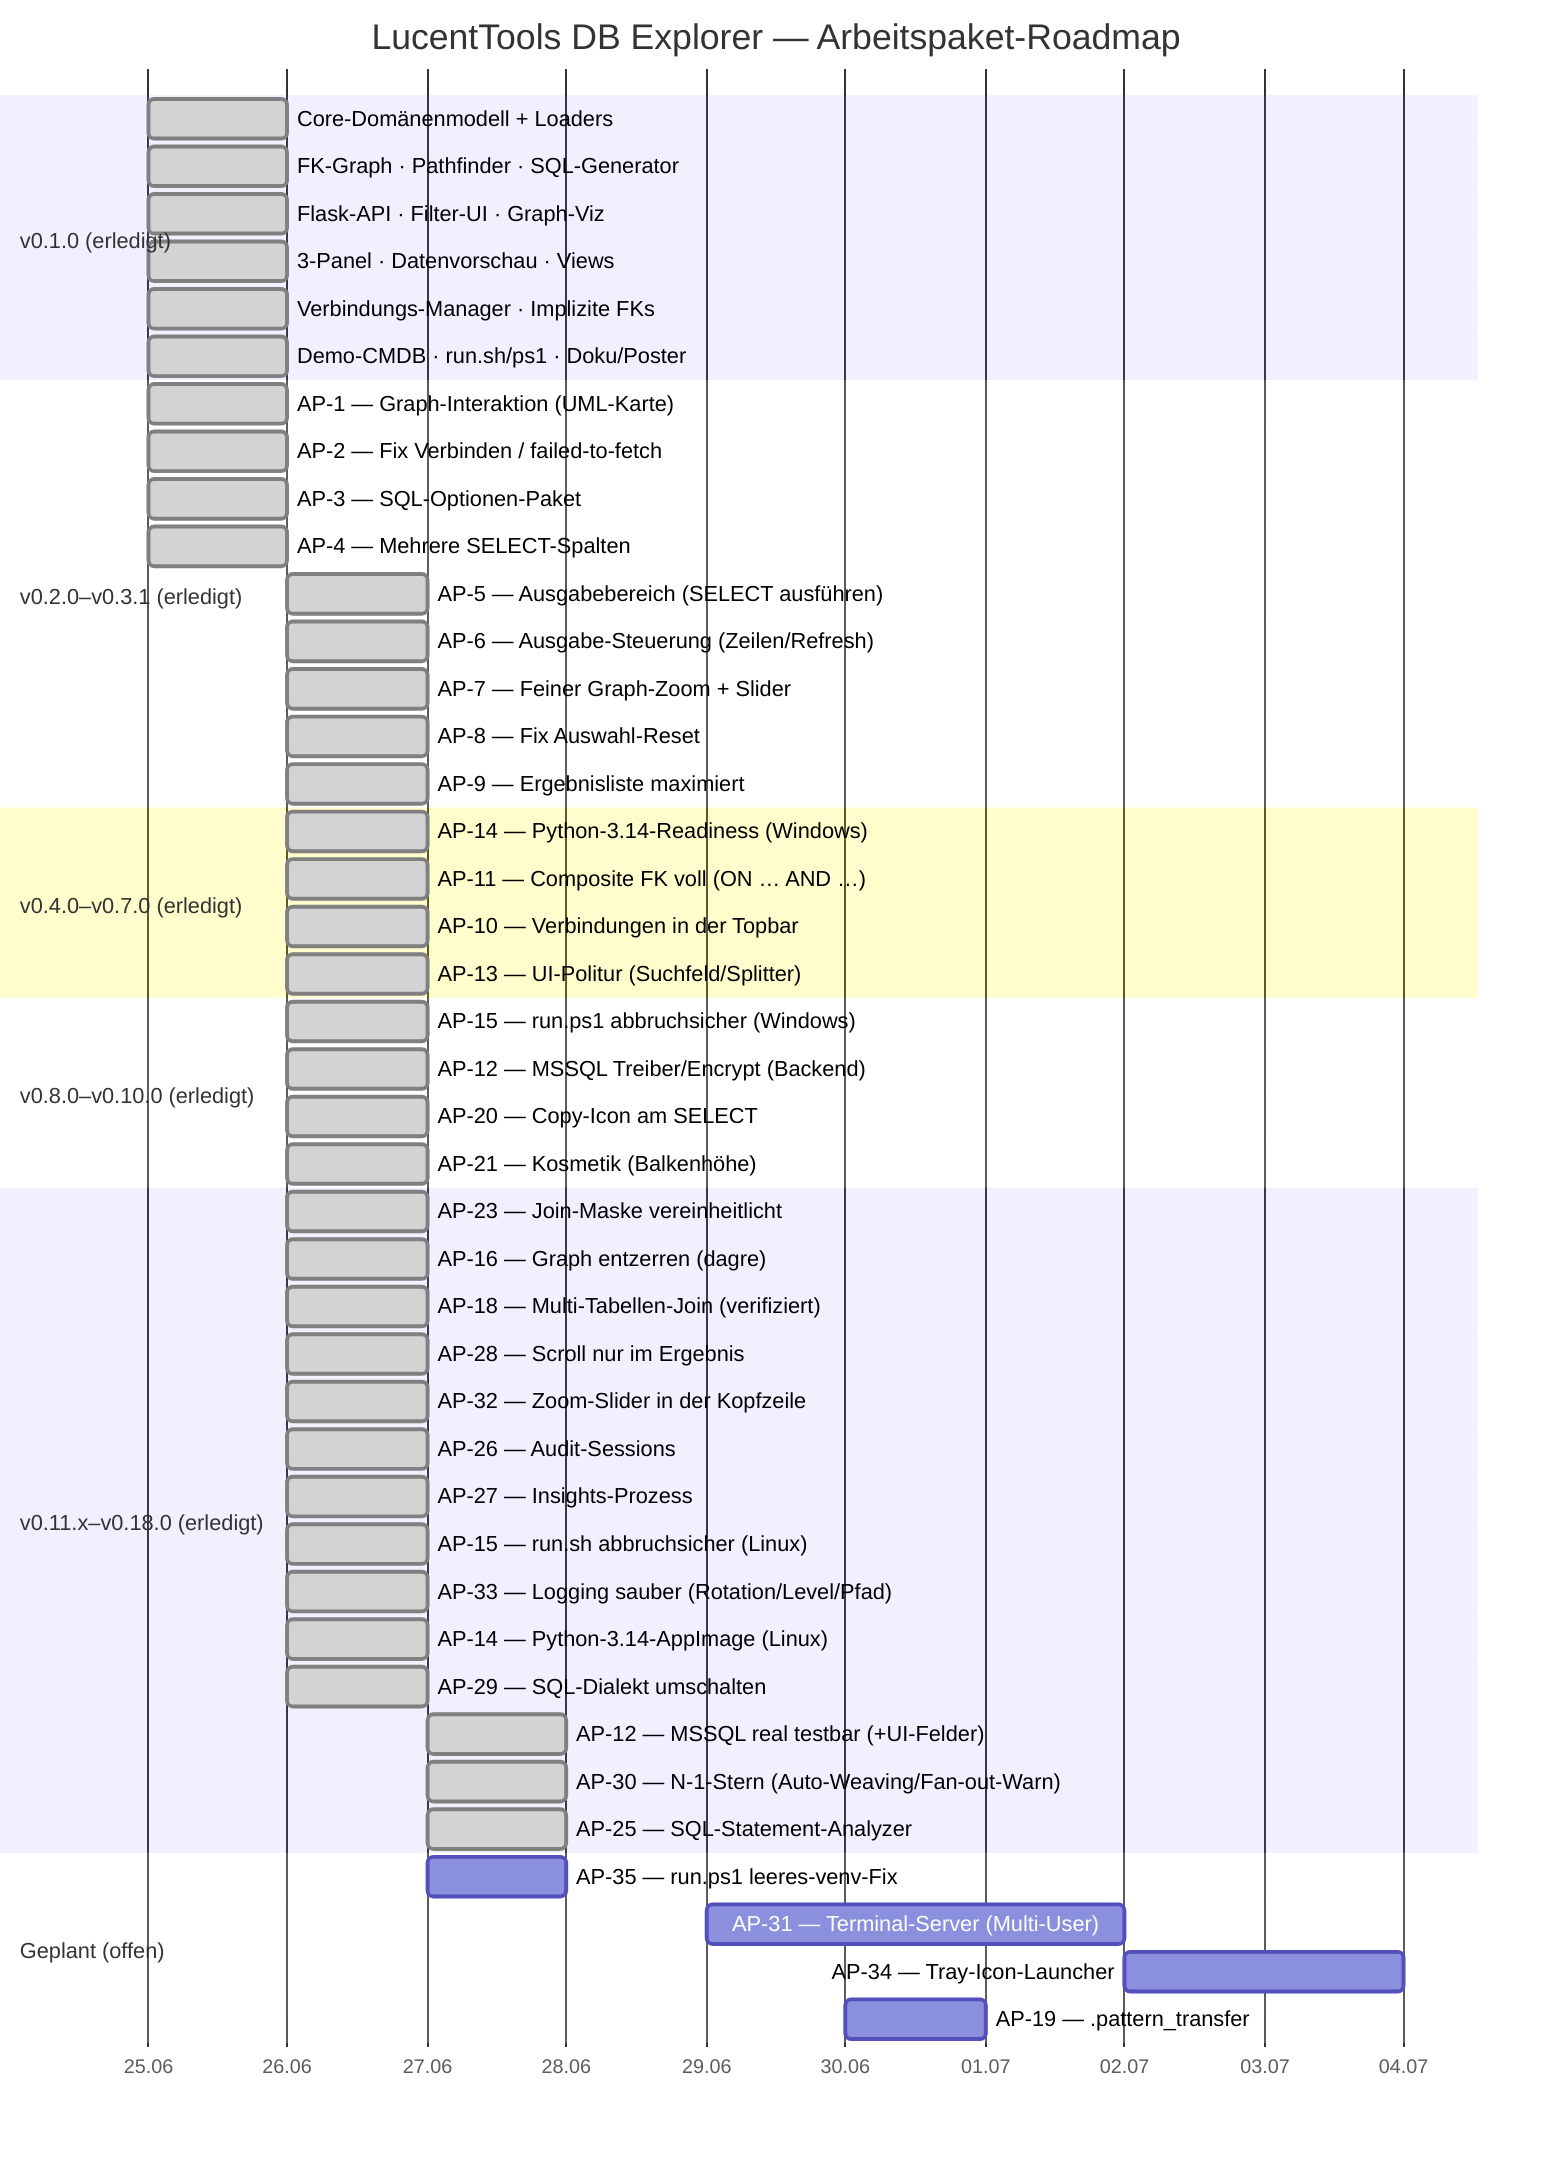
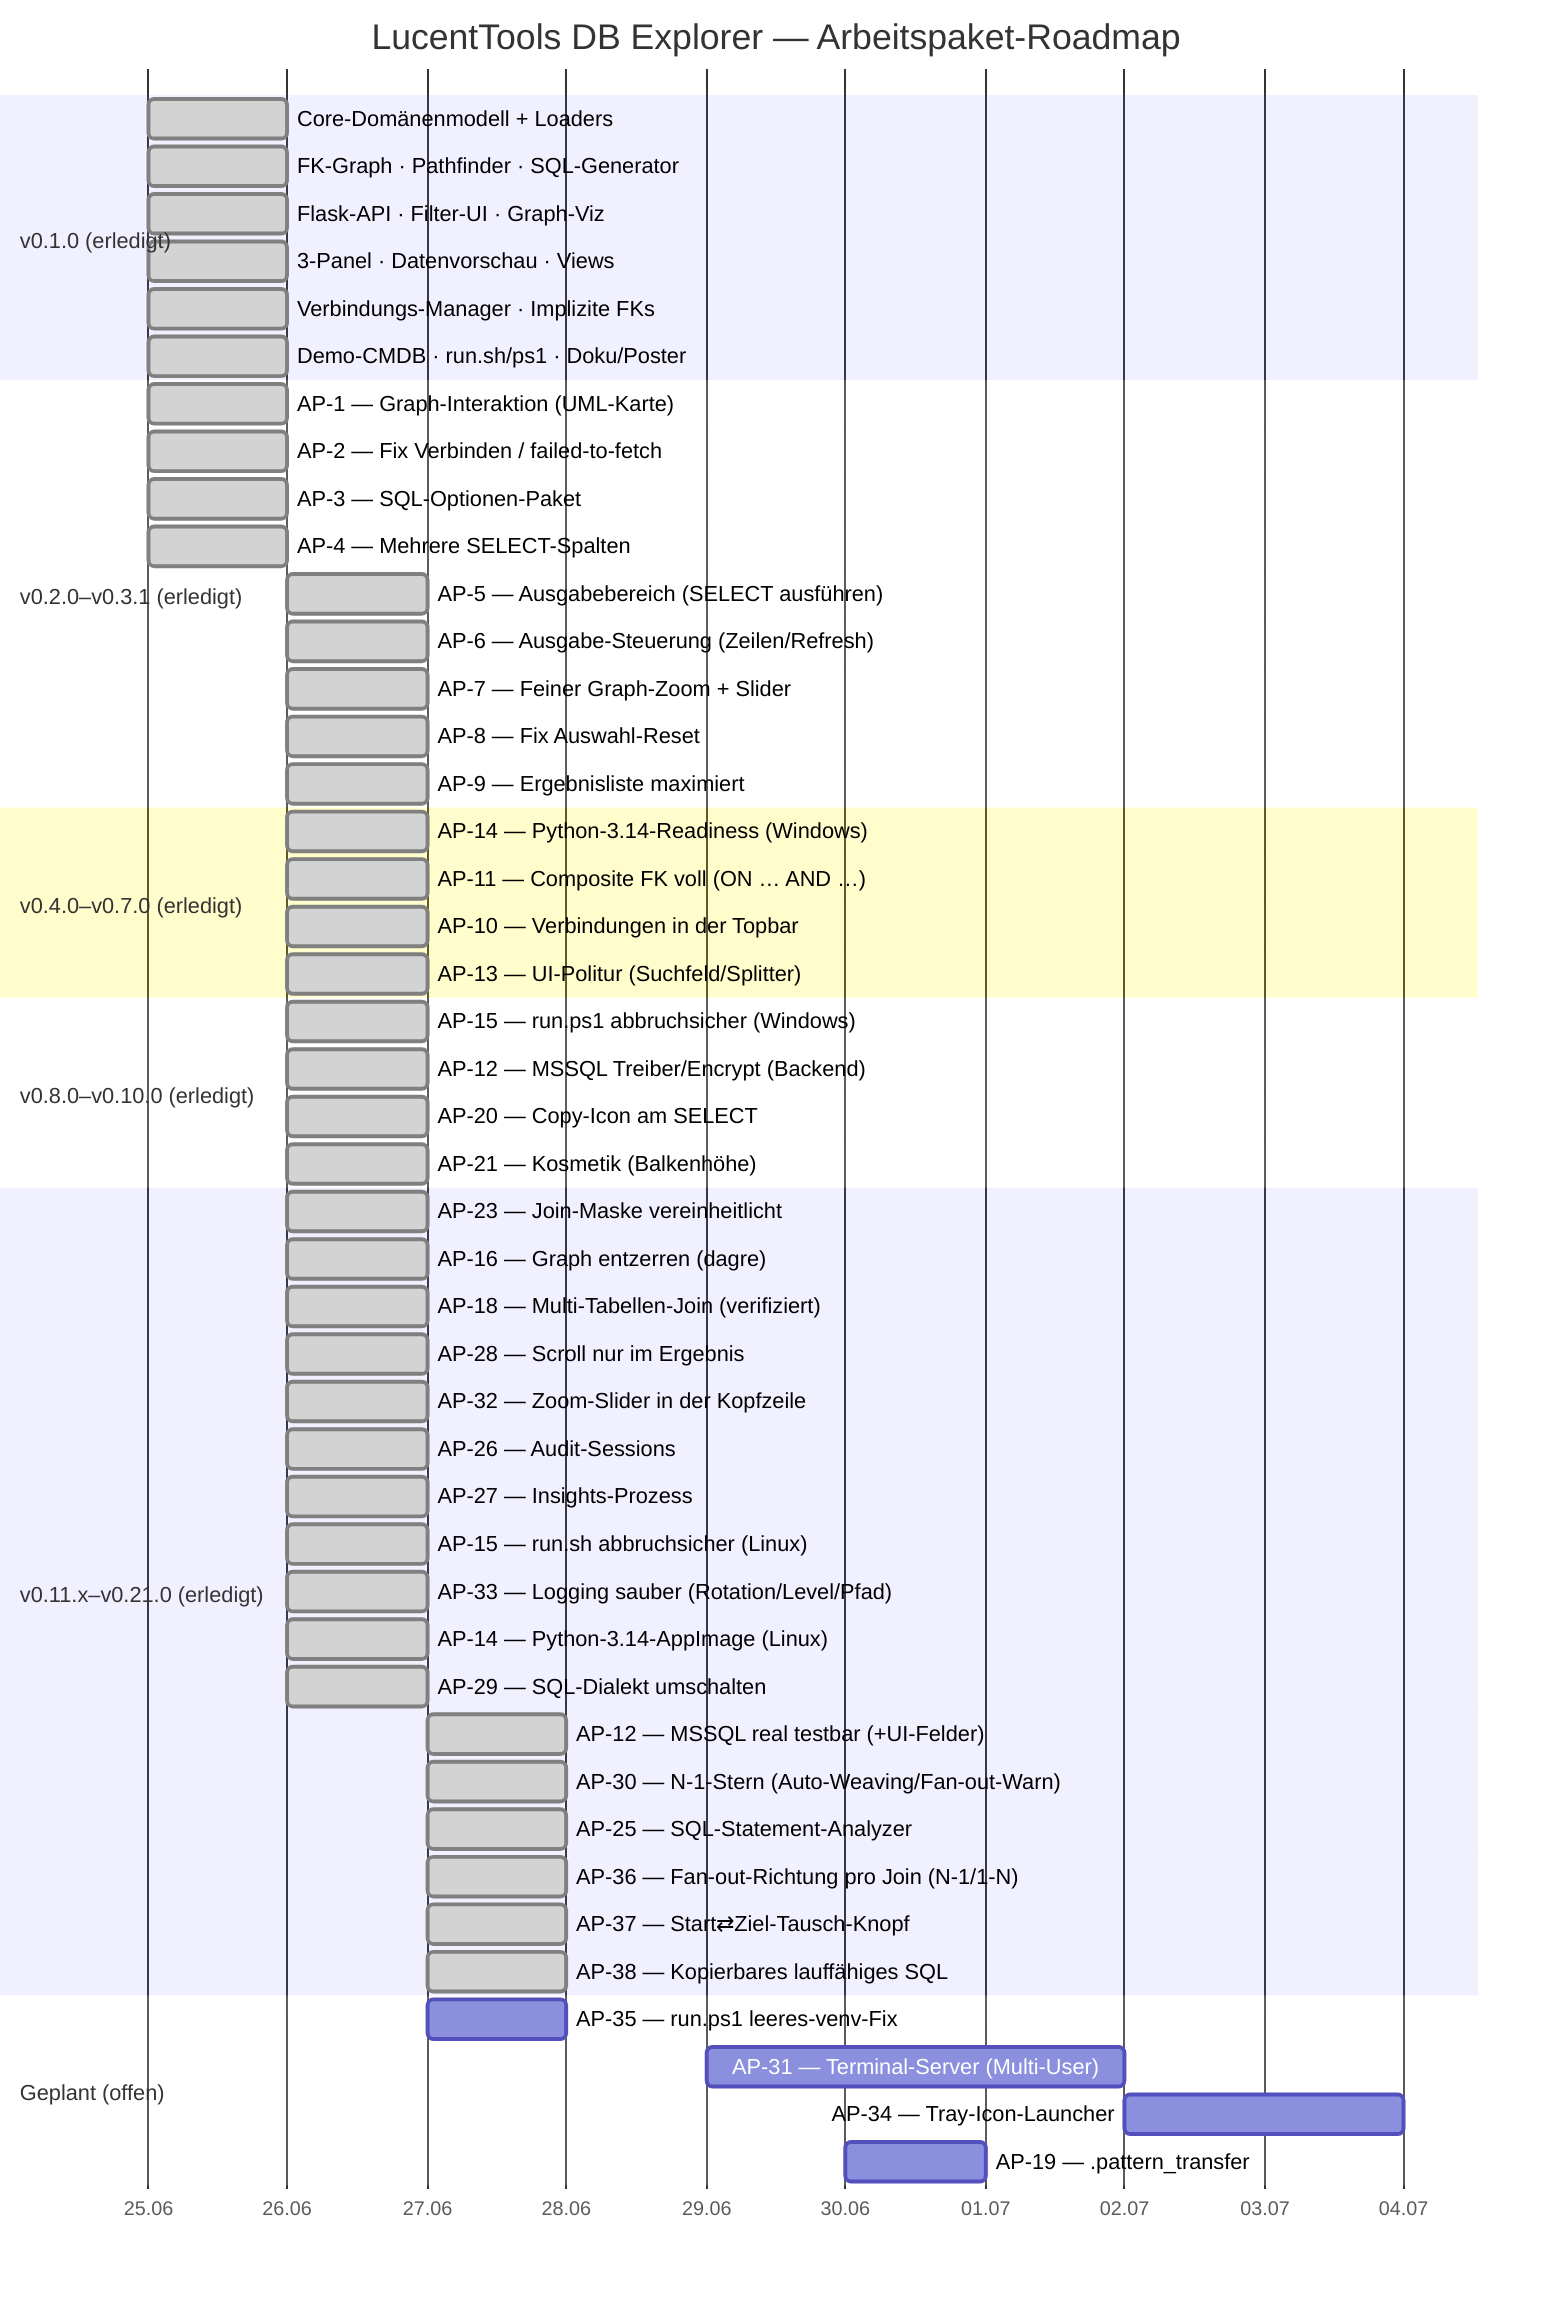
gantt
    title LucentTools DB Explorer — Arbeitspaket-Roadmap
    dateFormat  YYYY-MM-DD
    axisFormat  %d.%m

    section v0.1.0 (erledigt)
    Core-Domänenmodell + Loaders          :done, d1, 2026-06-25, 1d
    FK-Graph · Pathfinder · SQL-Generator :done, d2, 2026-06-25, 1d
    Flask-API · Filter-UI · Graph-Viz     :done, d3, 2026-06-25, 1d
    3-Panel · Datenvorschau · Views       :done, d4, 2026-06-25, 1d
    Verbindungs-Manager · Implizite FKs   :done, d5, 2026-06-25, 1d
    Demo-CMDB · run.sh/ps1 · Doku/Poster  :done, d6, 2026-06-25, 1d

    section v0.2.0–v0.3.1 (erledigt)
    AP-1 — Graph-Interaktion (UML-Karte)        :done, a1, 2026-06-25, 1d
    AP-2 — Fix Verbinden / failed-to-fetch      :done, a2, 2026-06-25, 1d
    AP-3 — SQL-Optionen-Paket                   :done, a3, 2026-06-25, 1d
    AP-4 — Mehrere SELECT-Spalten               :done, a4, 2026-06-25, 1d
    AP-5 — Ausgabebereich (SELECT ausführen)    :done, a5, 2026-06-26, 1d
    AP-6 — Ausgabe-Steuerung (Zeilen/Refresh)   :done, a6, 2026-06-26, 1d
    AP-7 — Feiner Graph-Zoom + Slider           :done, a7, 2026-06-26, 1d
    AP-8 — Fix Auswahl-Reset                    :done, a8, 2026-06-26, 1d
    AP-9 — Ergebnisliste maximiert              :done, a9, 2026-06-26, 1d

    section v0.4.0–v0.7.0 (erledigt)
    AP-14 — Python-3.14-Readiness (Windows)     :done, b1, 2026-06-26, 1d
    AP-11 — Composite FK voll (ON … AND …)      :done, b2, 2026-06-26, 1d
    AP-10 — Verbindungen in der Topbar          :done, b3, 2026-06-26, 1d
    AP-13 — UI-Politur (Suchfeld/Splitter)      :done, b4, 2026-06-26, 1d

    section v0.8.0–v0.10.0 (erledigt)
    AP-15 — run.ps1 abbruchsicher (Windows)     :done, c1, 2026-06-26, 1d
    AP-12 — MSSQL Treiber/Encrypt (Backend)     :done, c2, 2026-06-26, 1d
    AP-20 — Copy-Icon am SELECT                 :done, c3, 2026-06-26, 1d
    AP-21 — Kosmetik (Balkenhöhe)               :done, c4, 2026-06-26, 1d

-     section v0.11.x–v0.18.0 (erledigt)
+     section v0.11.x–v0.21.0 (erledigt)
    AP-23 — Join-Maske vereinheitlicht          :done, e1, 2026-06-26, 1d
    AP-16 — Graph entzerren (dagre)             :done, e2, 2026-06-26, 1d
    AP-18 — Multi-Tabellen-Join (verifiziert)   :done, e3, 2026-06-26, 1d
    AP-28 — Scroll nur im Ergebnis              :done, e4, 2026-06-26, 1d
    AP-32 — Zoom-Slider in der Kopfzeile        :done, e5, 2026-06-26, 1d
    AP-26 — Audit-Sessions                      :done, e6, 2026-06-26, 1d
    AP-27 — Insights-Prozess                    :done, e7, 2026-06-26, 1d
    AP-15 — run.sh abbruchsicher (Linux)        :done, e8, 2026-06-26, 1d
    AP-33 — Logging sauber (Rotation/Level/Pfad) :done, e9, 2026-06-26, 1d
    AP-14 — Python-3.14-AppImage (Linux)         :done, e10, 2026-06-26, 1d
    AP-29 — SQL-Dialekt umschalten               :done, e11, 2026-06-26, 1d
    AP-12 — MSSQL real testbar (+UI-Felder)      :done, e12, 2026-06-27, 1d
    AP-30 — N-1-Stern (Auto-Weaving/Fan-out-Warn) :done, e13, 2026-06-27, 1d
    AP-25 — SQL-Statement-Analyzer               :done, e14, 2026-06-27, 1d
+     AP-36 — Fan-out-Richtung pro Join (N-1/1-N)  :done, e15, 2026-06-27, 1d
+     AP-37 — Start⇄Ziel-Tausch-Knopf              :done, e16, 2026-06-27, 1d
+     AP-38 — Kopierbares lauffähiges SQL          :done, e17, 2026-06-27, 1d

    section Geplant (offen)
    AP-35 — run.ps1 leeres-venv-Fix             :p3, 2026-06-27, 1d
    AP-31 — Terminal-Server (Multi-User)        :p7, 2026-06-29, 3d
    AP-34 — Tray-Icon-Launcher                  :p9, after p7, 2d
    AP-19 — .pattern_transfer                   :p11, 2026-06-30, 1d
